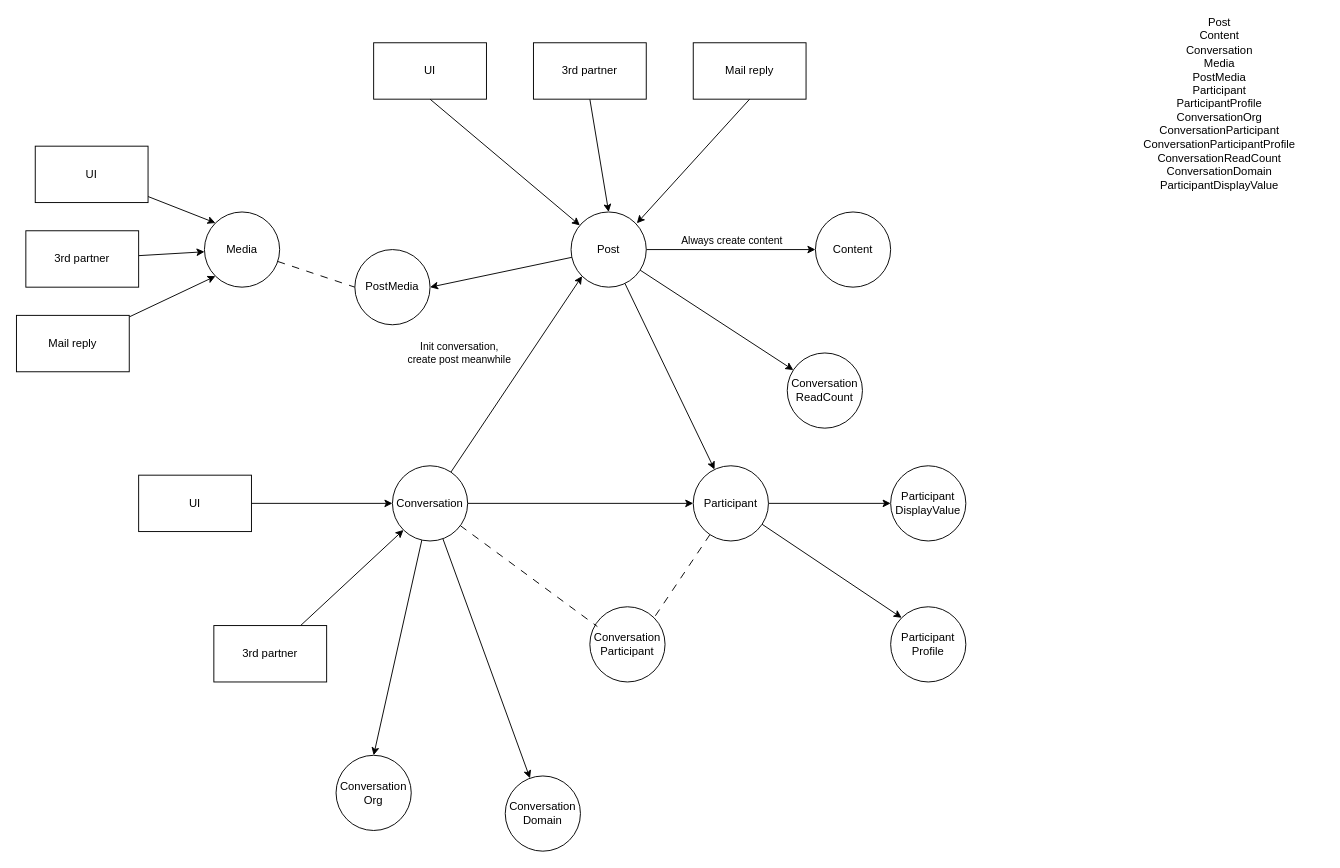
Before: page "Page-5" (5 of 5) of messaging.drawio in huangshijie/Drawio, a draw.io diagram. Source tidied: cells renumbered, new cells numbered last; positions are measured from the earlier drawing's top-left corner, leaving out a move shared by most shapes. Both pictures are drawn from the tidied source at 94%, with x=0, y=0 at pixel (16, 42).
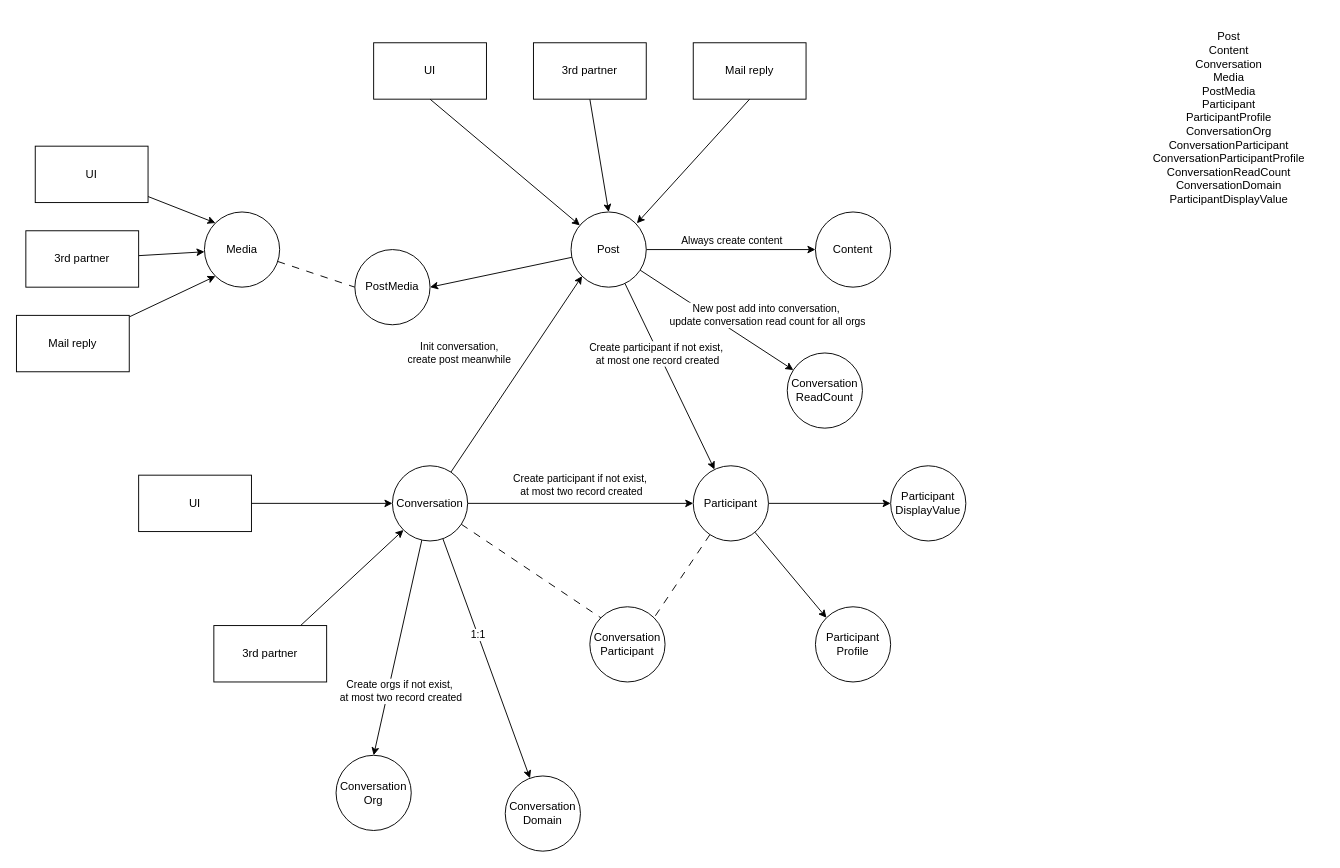
The same diagram, later.

Unchanged cells that the change refers to:
```xml
<mxCell id="5" style="rounded=0;jettySize=auto;html=1;" parent="1" edge="1" source="7" target="27">
  <mxGeometry relative="1" as="geometry" />
</mxCell>
<mxCell id="6" style="rounded=0;jettySize=auto;html=1;" parent="1" edge="1" source="7" target="42">
  <mxGeometry relative="1" as="geometry" />
</mxCell>
<mxCell id="16" style="rounded=0;jettySize=auto;html=1;" parent="1" edge="1" source="19" target="27">
  <mxGeometry relative="1" as="geometry" />
</mxCell>
<mxCell id="17" style="rounded=0;jettySize=auto;html=1;entryX=0.5;entryY=0;entryDx=0;entryDy=0;" parent="1" edge="1" source="19" target="39">
  <mxGeometry relative="1" as="geometry" />
</mxCell>
<mxCell id="18" style="rounded=0;jettySize=auto;html=1;" parent="1" edge="1" source="19" target="43">
  <mxGeometry relative="1" as="geometry" />
</mxCell>
<mxCell id="19" value="Conversation" style="ellipse;whiteSpace=wrap;html=1;" parent="1" vertex="1">
  <mxGeometry x="400" y="450" width="80" height="80" as="geometry" />
</mxCell>
<mxCell id="40" value="Conversation&lt;div&gt;Participant&lt;/div&gt;" style="ellipse;whiteSpace=wrap;html=1;" parent="1" vertex="1">
  <mxGeometry x="610" y="600" width="80" height="80" as="geometry" />
</mxCell>
```

The edit, as a diff of the source:
```diff
@@
+    <mxCell id="46" value="Create participant if not exist,&amp;nbsp;&lt;div&gt;at most one record created&lt;/div&gt;" style="edgeLabel;html=1;align=center;verticalAlign=middle;" parent="5" vertex="1">
+      <mxGeometry x="-0.25" y="-2" relative="1" as="geometry" />
+    </mxCell>
@@
+    <mxCell id="47" value="New post add into conversation,&amp;nbsp;&lt;div&gt;update conversation read count for all orgs&lt;/div&gt;" style="edgeLabel;html=1;align=center;verticalAlign=middle;" parent="6" vertex="1">
+      <mxGeometry x="0.39" y="4" relative="1" as="geometry">
+        <mxPoint x="20" y="-23" as="offset" />
+      </mxGeometry>
+    </mxCell>
@@
+    <mxCell id="48" value="Create participant if not exist,&amp;nbsp;&lt;div&gt;at most two record created&lt;/div&gt;" style="edgeLabel;html=1;align=center;verticalAlign=middle;" parent="16" vertex="1">
+      <mxGeometry y="1" relative="1" as="geometry">
+        <mxPoint y="-19" as="offset" />
+      </mxGeometry>
+    </mxCell>
@@
+    <mxCell id="49" value="Create orgs if not exist,&amp;nbsp;&lt;div&gt;at most two record created&lt;/div&gt;" style="edgeLabel;html=1;align=center;verticalAlign=middle;" parent="17" vertex="1">
+      <mxGeometry x="-0.12" relative="1" as="geometry">
+        <mxPoint y="60" as="offset" />
+      </mxGeometry>
+    </mxCell>
@@
+    <mxCell id="50" value="1:1" style="edgeLabel;html=1;align=center;verticalAlign=middle;" parent="18" vertex="1">
+      <mxGeometry x="-0.2" relative="1" as="geometry" />
+    </mxCell>
@@
     <mxCell id="21" value="&lt;div&gt;Post&lt;/div&gt;&lt;div&gt;Content&lt;/div&gt;&lt;div&gt;Conversation&lt;/div&gt;&lt;div&gt;Media&lt;/div&gt;&lt;div&gt;PostMedia&lt;/div&gt;&lt;div&gt;Participant&lt;/div&gt;&lt;div&gt;ParticipantProfile&lt;/div&gt;&lt;div&gt;ConversationOrg&lt;/div&gt;&lt;div&gt;ConversationParticipant&lt;/div&gt;&lt;div&gt;ConversationParticipantProfile&lt;/div&gt;&lt;div&gt;ConversationReadCount&lt;/div&gt;&lt;div&gt;ConversationDomain&lt;/div&gt;&lt;div&gt;ParticipantDisplayValue&lt;/div&gt;" style="text;html=1;whiteSpace=wrap;strokeColor=none;fillColor=none;align=center;verticalAlign=middle;rounded=0;" parent="1" vertex="1">
-      <mxGeometry x="1250" y="50" width="60" height="30" as="geometry" />
+      <mxGeometry x="1190" y="-20" width="200" height="200" as="geometry" />
     </mxCell>
@@
-    <mxCell id="41" style="rounded=0;jettySize=auto;html=1;entryX=0.1;entryY=0.263;entryDx=0;entryDy=0;entryPerimeter=0;endArrow=none;endFill=0;dashed=1;dashPattern=8 8;" parent="1" edge="1" source="19" target="40">
+    <mxCell id="41" style="rounded=0;jettySize=auto;html=1;entryX=0;entryY=0;entryDx=0;entryDy=0;endArrow=none;endFill=0;dashed=1;dashPattern=8 8;" parent="1" edge="1" source="19" target="40">
       <mxGeometry relative="1" as="geometry" />
     </mxCell>
@@
     <mxCell id="45" value="Participant&lt;div&gt;Profile&lt;/div&gt;" style="ellipse;whiteSpace=wrap;html=1;" parent="1" vertex="1">
-      <mxGeometry x="930" y="600" width="80" height="80" as="geometry" />
+      <mxGeometry x="850" y="600" width="80" height="80" as="geometry" />
     </mxCell>
```
